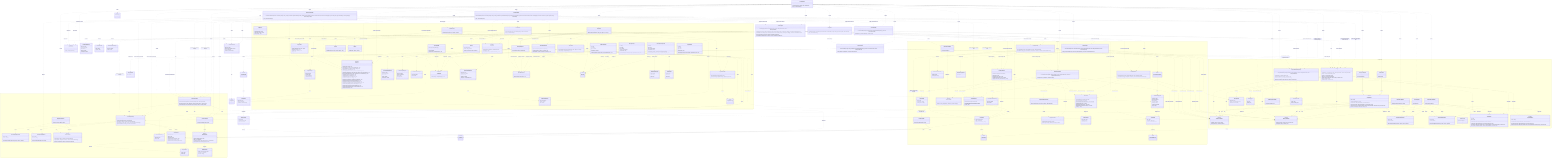
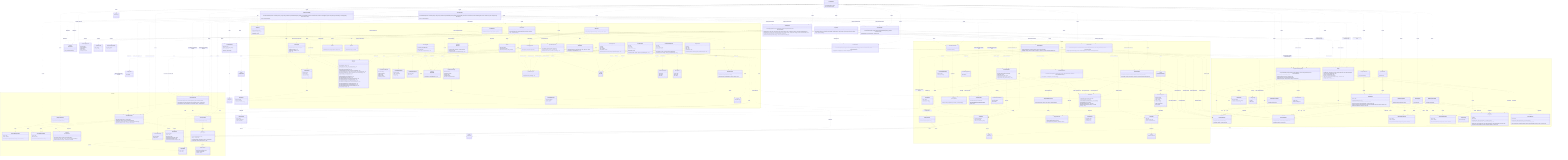
%% Authoritative, system-wide contract chart: every class and every relationship,
%% including the cross-domain interactions between modules.
%% For focused, per-domain views (intra-domain relationships only), see
%% docs/contracts/domains/ (one chart per domain + a README).
classDiagram
  direction TB

  class LicenseWizard {
-     +LicenseWizard(args: string[], sink?: IOutputSink)
+     +LicenseWizard(args: string[])
    +run() Promise~Answer[]~
  }

  class IWizardMode {
    <<interface>>
    +run() Promise~Answer[]~
  }

  class InteractiveMode {
    +InteractiveMode(licenses: LicenseRepository, config: Config, manifests: ProjectManifestRepository, installer: LicenseInstaller, generator: LicenseGenerator, headers: HeaderApplier, renderer: IRenderer, reporter: IReporter, flags: WizardFlags)
    +run() Promise~Answer[]~
  }

  class NonInteractiveMode {
    +NonInteractiveMode(licenses: LicenseRepository, config: Config, manifests: ProjectManifestRepository, installer: LicenseInstaller, generator: LicenseGenerator, headers: HeaderApplier, reporter: IReporter, flags: WizardFlags, saveTargetByFlag: Record~string, string~)
    +run() Promise~Answer[]~
  }

  class VerifyMode {
    +VerifyMode(verifier: LicenseVerifier, headerVerifier: HeaderVerifier, config: Config, reporter: IReporter, strict: boolean)
    +run() Promise~Answer[]~
  }

  class WizardFlags {
    <<type>>
  }

  class HeaderApplier {
    +HeaderApplier(licenses: LicenseRepository, reader: IFileSystemReader, writer: IFileSystemWriter)
    +apply(licenseId: string, style: HeaderStyle, tokens: Record~string, string~, extraIgnores: string[]) Promise~HeaderApplyReport~
    +preview(licenseId: string, style: HeaderStyle, tokens: Record~string, string~, extraIgnores: string[]) Promise~HeaderPreview | null~
    +remove(extraIgnores: string[]) Promise~HeaderRemovalReport~
    +previewRemoval(extraIgnores: string[]) Promise~HeaderRemovalReport~
  }

  class HeaderApplyReport {
    +licenseId: string
    +style: HeaderStyle
    +total: number
    +written: number
    +unchanged: number
  }

  class HeaderPreview {
    +files: string[]
    +sample: string
  }

  class HeaderRemovalReport {
    +removed: string[]
    +total: number
  }

  class LicenseInstaller {
    +LicenseInstaller(config: Config, manifests: ProjectManifestRepository, generator: LicenseGenerator)
    +install(selection: LicenseSelection) Promise~void~
  }

  class LicenseVerifier {
    +LicenseVerifier(config: Config, manifests: ProjectManifestRepository, generator: LicenseGenerator, reader: IFileSystemReader)
    +verify(options: VerifyOptions) Promise~VerifyOutcome~
  }

  class LicenseSelection {
    +licenseId: string
    +tokens: Record~string, string~
    +save: ConfigSave
    +headers?: HeaderConfig
  }

  class ConfigSave {
    <<union>>
  }

  class VerifyOptions {
    +fix: boolean
  }

  class VerifyOutcome {
    <<union>>
  }

  class VerifyReport {
    +licenseId: string
    +license: DriftStatus
    +manifests: ManifestCheck[]
  }

  class ManifestCheck {
    +name: string
    +declared: string | null
    +status: DriftStatus
  }

  class DriftStatus {
    <<union>>
  }

  namespace CLI {
    class FlagParser {
      +FlagParser(flags: object)
      +parse(args: string[]) object
      +formatHelp() string
    }

    class Orchestrator {
      +Orchestrator(repository: QuestionRepository, renderer: IRenderer)
      +run() Promise~Answer[]~
    }

    class IRenderer {
      <<interface>>
      +render(question: Question) Promise~Answer~
      +onCancel() string
      +complete(summary: CompletionSummary) void
    }

    class CompletionSummary {
      +licenseId: string
      +customized: boolean
      +savedTo: string
      +manifests: string[]
      +headers?: CompletionHeaders
    }

    class CompletionHeaders {
      +style: HeaderStyle
      +written: number
      +total: number
    }

    class ProgressBar {
      +ProgressBar(label: string, out?: object)
      +start(total: number) void
      +update(done: number) void
      +stop() void
    }

    class ClackRenderer {
      +ClackRenderer(meta: object, spinner: Spinner)
    }

    class IReporter {
      <<interface>>
      +usage(options: string) void
      +tokens(licenseId: string, slots: TemplateSlot[]) void
      +generated(licenseId: string, savedTo: string) void
      +dryRun(report: DryRunReport) void
      +missingFields(licenseId: string, missing: TemplateSlot[]) void
      +unknownFields(licenseId: string, unknown: string[], slots: TemplateSlot[]) void
      +licenseNotFound(licenseId: string, suggestions: LicenseIndexEntry[]) void
      +verifyMatch(report: VerifyReport) void
      +verifyFixed(report: VerifyReport) void
      +verifyMismatch(report: VerifyReport) void
      +headersNoFiles(licenseId: string) void
      +headersGenerated(report: HeaderGenerateReport) void
      +headersDryRun(report: HeaderDryRunReport) void
      +headersRemoved(report: HeaderRemoveReport) void
      +headersRemoveDryRun(report: HeaderRemoveReport) void
      +headersVerifyMatch(report: HeaderVerifyReport) void
      +headersVerifyFixed(report: HeaderVerifyReport) void
      +headersVerifyMismatch(report: HeaderVerifyReport) void
      +error(message: string) void
    }

    class HeaderGenerateReport {
      +licenseId: string
      +style: HeaderStyle
      +total: number
      +written: number
      +unchanged: number
    }

    class HeaderDryRunReport {
      +licenseId: string
      +style: HeaderStyle
      +files: string[]
      +sample: string
    }

    class HeaderRemoveReport {
      +removed: string[]
      +total: number
    }

    class DryRunReport {
      +licenseId: string
      +content: string
      +save: ConfigSave
      +manifests: string[]
    }

    class MessageReporter {
      +MessageReporter(sink: IOutputSink)
    }

    class CliReporter {
      +CliReporter(programName: string, out?: object, err?: object)
    }

    class IOutputSink {
      <<interface>>
      +emit(message: OutputMessage) void
    }

    class StreamSink {
      +StreamSink(presenter: ReportPresenter, out?: object, err?: object)
      +emit(message: OutputMessage) void
    }

    class RecordingSink {
      +RecordingSink()
      +emit(message: OutputMessage) void
      +messages: OutputMessage[]
    }

    class ReportPresenter {
      +ReportPresenter(programName: string)
      +present(message: OutputMessage, options: object) string
    }

    class OutputMessage {
      <<union>>
    }

    class Banner {
      +buildBanner(meta: object, options: object) string
    }

    class Spinner {
      +start(handle: object) Function
    }

    class QuestionRepository {
      +QuestionRepository(questions: Question[])
      +getByIndex(index: number) Question | null
      +insertAt(index: number, questions: Question[]) void
    }

    class QuestionLifecycle {
      +inject(questions: Question[]) void
    }

    class Question {
      <<union>>
    }

    class TextQuestion {
      +id: string
      +text: string
      +type: "text"
      +defaultValue: string
      +onAnswer(answer: Answer, lifecycle: QuestionLifecycle) void
    }

    class ConfirmQuestion {
      +id: string
      +text: string
      +type: "confirm"
      +defaultValue: boolean
      +onAnswer(answer: Answer, lifecycle: QuestionLifecycle) void
    }

    class AutocompleteQuestion {
      +id: string
      +text: string
      +type: "autocomplete"
      +defaultValue: string
      +search(query: string) Promise~AutocompleteOption[]~
      +onAnswer(answer: Answer, lifecycle: QuestionLifecycle) void
    }

    class AutocompleteOption {
      +value: string
      +label: string
      +hint: string
    }

    class SelectQuestion {
      +id: string
      +text: string
      +type: "select"
      +options: SelectOption[]
      +defaultValue: string
      +onAnswer(answer: Answer, lifecycle: QuestionLifecycle) void
    }

    class SelectOption {
      +value: string
      +label: string
      +hint: string
    }

    class Answer {
      +questionId: string
      +value: string | boolean
      +fields: Record~string, string | boolean~
    }
  }

  namespace Licensing {
    class LicenseRepository {
      +LicenseRepository(source: ILicenseSource)
      +search(query: string) Promise~LicenseIndexEntry[]~
      +suggest(query: string, limit: number) Promise~LicenseIndexEntry[]~
      +getLicense(licenseId: string) Promise~LicenseDetail~
    }

    class LicenseRepositoryError {
      +name: string
      +cause: unknown
      +LicenseRepositoryError(message: string, cause?: unknown)
    }

    class LicenseNotFoundError {
      +name: string
      +licenseId: string
      +LicenseNotFoundError(licenseId: string)
    }

    class ILicenseSource {
      <<interface>>
      +search(query: string) Promise~LicenseIndexEntry[]~
      +suggest(query: string, limit: number) Promise~LicenseIndexEntry[]~
      +fetchLicense(licenseId: string) Promise~LicenseDetail~
    }

    class SpdxLicenseSource {
      +SpdxLicenseSource(ttlMs: number)
    }

    class LicenseIndexEntry {
      +licenseId: string
      +name: string
    }

    class LicenseDetail {
      +licenseId: string
      +name: string
      +licenseText: string
      +standardLicenseTemplate?: string
      +standardLicenseHeader?: string
      +standardLicenseHeaderTemplate?: string
    }

    class SpdxTemplate {
      <<abstract>>
      +SpdxTemplate(template: string)
      +slots() TemplateSlot[]
      +resolveSlots(entries: Map~string, string~) SlotResolution
      +render(values: Record~string, string~) string
    }

    class LicenseTemplate {
      +LicenseTemplate(template: string)
    }

    class TemplateSlot {
      +token: string
      +label: string
    }

    class SlotResolution {
      +values: Record~string, string~
      +missing: TemplateSlot[]
      +unknown: string[]
    }

    class LicenseGenerator {
      +LicenseGenerator(repository: LicenseRepository, writer: IFileSystemWriter)
      +generate(licenseId: string, slotValues?: Record~string, string~) Promise~void~
      +render(licenseId: string, slotValues?: Record~string, string~) Promise~string~
    }
  }

  namespace Configuration {
    class IFileSystemReader {
      <<interface>>
      +read(path: string) Promise~string~
      +exists(path: string) Promise~boolean~
    }

    class IFileSystemWriter {
      <<interface>>
      +write(path: string, content: string) Promise~void~
      +delete(path: string) Promise~void~
    }

    class NodeFileSystemReader {
      +NodeFileSystemReader()
    }

    class NodeFileSystemWriter {
      +NodeFileSystemWriter()
    }

    class FileSystemReaderError {
      +name: string
      +cause: unknown
      +FileSystemReaderError(message: string, cause?: unknown)
    }

    class FileSystemWriterError {
      +name: string
      +cause: unknown
      +FileSystemWriterError(message: string, cause?: unknown)
    }

    class WizardConfig {
      +licenseId: string
      +tokens?: Record~string, string~
      +headers?: HeaderConfig
    }

    class HeaderConfig {
      +style: HeaderStyle
    }

    class ConfigTarget {
      +id: string
      +label: string
    }

    class IConfigStore {
      <<interface>>
      +id: string
      +label: string
      +available(reader: IFileSystemReader) Promise~boolean~
      +read(reader: IFileSystemReader) Promise~WizardConfig | null~
      +write(reader: IFileSystemReader, writer: IFileSystemWriter, config: WizardConfig) Promise~void~
      +clear(reader: IFileSystemReader, writer: IFileSystemWriter) Promise~void~
    }

    class RcConfigStore {
      +RcConfigStore()
    }

    class ManifestConfigStore {
      +ManifestConfigStore(fileName: string)
    }

    class Config {
      +Config(stores: IConfigStore[], reader: IFileSystemReader, writer: IFileSystemWriter)
      +read() Promise~WizardConfig | null~
      +source() Promise~string | null~
      +targets() Promise~ConfigTarget[]~
      +write(config: WizardConfig, targetId: string) Promise~void~
      +clear() Promise~void~
      +clearHeaders() Promise~void~
    }

    class IProjectManifest {
      <<interface>>
      +name: string
      +exists(reader: IFileSystemReader) Promise~boolean~
      +readLicense(reader: IFileSystemReader) Promise~string | null~
      +writeLicense(reader: IFileSystemReader, writer: IFileSystemWriter, licenseId: string) Promise~void~
    }

    class JsonManifest {
      <<abstract>>
      +JsonManifest(fileName: string)
      +name: string
      +exists(reader: IFileSystemReader) Promise~boolean~
      +readLicense(reader: IFileSystemReader) Promise~string | null~
      +writeLicense(reader: IFileSystemReader, writer: IFileSystemWriter, licenseId: string) Promise~void~
      #extractLicenseId(value: unknown)* string | null
    }

    class NpmManifest {
      +NpmManifest()
    }

    class ComposerManifest {
      +ComposerManifest()
    }

    class ProjectManifestRepository {
      +ProjectManifestRepository(manifests: IProjectManifest[], reader: IFileSystemReader, writer: IFileSystemWriter)
      +readLicense() Promise~string | null~
      +writeLicense(licenseId: string) Promise~void~
      +declaredLicenses() Promise~ManifestLicense[]~
      +writeLicenseTo(name: string, licenseId: string) Promise~void~
    }

    class ManifestLicense {
      +name: string
      +licenseId: string | null
    }
  }

  namespace Headers {
    class HeaderPlan {
      +detail: LicenseDetail
      +style: HeaderStyle
      +tokens: Record~string, string~
    }

    class HeaderStyle {
      <<union>>
    }

    class HeaderRenderer {
      +HeaderRenderer(plan: HeaderPlan)
      +supportsFull(detail: LicenseDetail)$ boolean
      +body() string
    }

    class HeaderTemplate {
      +HeaderTemplate(template: string)
    }

    class HeaderComposer {
      +HeaderComposer(plan: HeaderPlan)
      +fingerprint() string
      +block(extension: string) string
      +hasManaged(content: string) boolean
      +apply(content: string, filePath: string) string
    }

    class SourceFileScanner {
      +SourceFileScanner(walker: IFileTreeWalker, reader: IFileSystemReader, matchers?: GitignoreMatcherFactory)
      +scan(options?: ScanOptions) Promise~string[]~
    }

    class ScanOptions {
      +root?: string
      +extensions?: string[]
      +extraIgnores?: string[]
    }

    class GitignoreMatcher {
      +GitignoreMatcher(patterns: string[])
      +ignores(path: string, isDirectory: boolean) boolean
    }

    class GitignoreMatcherFactory {
      +fromContent(content: string, extra?: string[]) GitignoreMatcher
    }

    class IFileTreeWalker {
      <<interface>>
      +walk(root: string, skipDirectory: Function) Promise~string[]~
    }

    class NodeFileTreeWalker {
      +NodeFileTreeWalker()
    }

    class HeaderInstaller {
      +HeaderInstaller(reader: IFileSystemReader, writer: IFileSystemWriter)
      +install(files: string[], plan: HeaderPlan, onProgress?: Function) Promise~HeaderInstallSummary~
    }

    class HeaderInstallSummary {
      +written: string[]
      +unchanged: string[]
    }

    class SourceFile {
      +SourceFile(content: string, path: string)
      +extensionOf(path: string)$ string
      +commentStyleFor(extension: string)$ CommentStyle
      +hasManagedHeader() boolean
      +withoutManagedHeaders() SourceFile
      +withManagedHeader(block: string) SourceFile
      +toString() string
    }

    class CommentStyle {
      +blockStart: string
      +linePrefix: string
      +blockEnd: string
    }

    class HeaderRemover {
      +HeaderRemover(reader: IFileSystemReader, writer: IFileSystemWriter)
      +remove(files: string[], onProgress?: Function) Promise~HeaderRemoveSummary~
    }

    class HeaderRemoveSummary {
      +removed: string[]
      +total: number
    }

    class HeaderVerifier {
      +HeaderVerifier(scanner: SourceFileScanner, reader: IFileSystemReader, writer: IFileSystemWriter, licenses: LicenseRepository)
      +verify(config: WizardConfig, options: HeaderVerifyOptions) Promise~HeaderVerifyOutcome~
    }

    class HeaderVerifyOptions {
      +fix: boolean
    }

    class HeaderVerifyOutcome {
      <<union>>
    }

    class HeaderVerifyReport {
      +licenseId: string
      +style: HeaderStyle
      +total: number
      +matched: string[]
      +missing: string[]
      +drifted: HeaderDrift[]
      +fixed: string[]
    }

    class HeaderDrift {
      +file: string
      +declares: object | null
      +reason: HeaderDriftReason
    }

    class HeaderDriftReason {
      <<union>>
    }
  }

  TextQuestion ..|> Question : member of
  ConfirmQuestion ..|> Question : member of
  AutocompleteQuestion ..|> Question : member of
  SelectQuestion ..|> Question : member of
  TextQuestion ..> QuestionLifecycle : onAnswer receives
  ConfirmQuestion ..> QuestionLifecycle : onAnswer receives
  AutocompleteQuestion ..> QuestionLifecycle : onAnswer receives
  SelectQuestion ..> QuestionLifecycle : onAnswer receives
  SelectQuestion ..> SelectOption : offers
  Orchestrator ..> QuestionLifecycle : creates
  ClackRenderer ..|> IRenderer : implements
  ClackRenderer ..> Spinner : uses
  ClackRenderer ..> Banner : renders
  IRenderer ..> CompletionSummary : renders
  ClackRenderer ..> CompletionSummary : renders
  MessageReporter ..|> IReporter : implements
  CliReporter --|> MessageReporter : terminal wiring
  MessageReporter ..> IOutputSink : emits to
  MessageReporter ..> OutputMessage : builds
  StreamSink ..|> IOutputSink : implements
  RecordingSink ..|> IOutputSink : implements
  StreamSink ..> ReportPresenter : renders with
  ReportPresenter ..> OutputMessage : renders
  CliReporter ..> StreamSink : wires
  CliReporter ..> ReportPresenter : wires
  MessageReporter ..> TemplateSlot : reads
  MessageReporter ..> VerifyReport : reads
  MessageReporter ..> DryRunReport : reads
  %% Composition root: LicenseWizard parses flags, builds the shared graph, and
  %% delegates each run to one of the three modes through IWizardMode.
  LicenseWizard ..> FlagParser : uses
  LicenseWizard ..> WizardFlags : parses
  LicenseWizard ..> CliReporter : creates
-   LicenseWizard ..> IOutputSink : reports through (injectable)
  LicenseWizard ..> IReporter : reports usage through
  LicenseWizard ..> ClackRenderer : creates
  LicenseWizard ..> SpdxLicenseSource : creates
  LicenseWizard ..> LicenseRepository : creates
  LicenseWizard ..> LicenseGenerator : creates
  LicenseWizard ..> LicenseInstaller : creates
  LicenseWizard ..> HeaderApplier : creates
  LicenseWizard ..> LicenseVerifier : creates
  LicenseWizard ..> IWizardMode : delegates the run to
  LicenseWizard ..> InteractiveMode : creates
  LicenseWizard ..> NonInteractiveMode : creates
  LicenseWizard ..> VerifyMode : creates
  InteractiveMode ..|> IWizardMode : implements
  NonInteractiveMode ..|> IWizardMode : implements
  VerifyMode ..|> IWizardMode : implements

  %% Interactive mode: the prompt-driven setup flow.
  InteractiveMode ..> ClackRenderer : renders through
  InteractiveMode ..> IRenderer : reports completion through
  InteractiveMode ..> Orchestrator : creates
  InteractiveMode ..> QuestionRepository : creates
  InteractiveMode ..> LicenseRepository : searches and resolves with
  InteractiveMode ..> LicenseTemplate : creates
  InteractiveMode ..> HeaderRenderer : checks full-header support with
  InteractiveMode ..> LicenseInstaller : applies selection through
  InteractiveMode ..> HeaderApplier : applies headers through
  InteractiveMode ..> LicenseGenerator : renders dry-run preview through
  InteractiveMode ..> Config : reads config and targets from
  InteractiveMode ..> ProjectManifestRepository : reads and reports manifests through
  InteractiveMode ..> IReporter : reports dry-run through
  InteractiveMode ..> LicenseSelection : builds
  InteractiveMode ..> DryRunReport : builds

  %% Non-interactive mode: flag-driven generation, apply-config, and removal.
  NonInteractiveMode ..> LicenseRepository : resolves and suggests with
  NonInteractiveMode ..> LicenseTemplate : creates
  NonInteractiveMode ..> HeaderRenderer : checks full-header support with
  NonInteractiveMode ..> LicenseInstaller : applies selection through
  NonInteractiveMode ..> HeaderApplier : applies headers through
  NonInteractiveMode ..> LicenseGenerator : renders dry-run preview through
  NonInteractiveMode ..> Config : reads config and clears headers through
  NonInteractiveMode ..> ProjectManifestRepository : reports manifests through
  NonInteractiveMode ..> IReporter : reports through
  NonInteractiveMode ..> LicenseSelection : builds
  NonInteractiveMode ..> DryRunReport : builds
  NonInteractiveMode ..> LicenseNotFoundError : handles

  %% Verify mode: LICENSE/manifest and source-header verification.
  VerifyMode ..> LicenseVerifier : verifies through
  VerifyMode ..> HeaderVerifier : verifies headers through
  VerifyMode ..> Config : reads config from
  VerifyMode ..> IReporter : reports through

  LicenseInstaller ..> Config : uses
  LicenseInstaller ..> ProjectManifestRepository : writes selection to
  LicenseInstaller ..> LicenseGenerator : uses
  LicenseInstaller ..> LicenseSelection : applies
  LicenseVerifier ..> Config : reads config from
  LicenseVerifier ..> ProjectManifestRepository : checks and reconciles manifests through
  LicenseVerifier ..> LicenseGenerator : re-renders and rewrites with
  LicenseVerifier ..> IFileSystemReader : reads LICENSE through
  LicenseVerifier ..> VerifyOptions : configured by
  LicenseVerifier ..> VerifyOutcome : returns
  VerifyOutcome ..> VerifyReport : carries
  VerifyReport ..> ManifestCheck : aggregates
  VerifyReport ..> DriftStatus : statuses by
  ManifestCheck ..> DriftStatus : status by
  ProjectManifestRepository ..> ManifestLicense : produces
  LicenseSelection ..> ConfigSave : has
  DryRunReport ..> ConfigSave : carries
  Orchestrator ..> QuestionRepository : gets questions from
  Orchestrator ..> IRenderer : feeds questions to
  ClackRenderer ..> Question : renders
  QuestionRepository ..> Question : produces
  AutocompleteQuestion ..> AutocompleteOption : search produces
  Orchestrator ..> Answer : collects
  SpdxLicenseSource ..|> ILicenseSource : implements
  LicenseRepository ..> ILicenseSource : uses
  LicenseRepository ..> LicenseIndexEntry : produces
  LicenseRepository ..> LicenseDetail : produces
  LicenseRepository ..> LicenseRepositoryError : throws
  LicenseRepository ..> LicenseNotFoundError : throws
  SpdxLicenseSource ..> LicenseNotFoundError : throws
  MessageReporter ..> LicenseIndexEntry : reads
  LicenseGenerator ..> LicenseRepository : uses
  LicenseGenerator ..> IFileSystemWriter : uses
  LicenseGenerator ..> LicenseTemplate : uses
  LicenseTemplate --|> SpdxTemplate : extends
  HeaderTemplate --|> SpdxTemplate : extends
  SpdxTemplate ..> TemplateSlot : produces
  SpdxTemplate ..> SlotResolution : produces
  NodeFileSystemReader ..|> IFileSystemReader : implements
  NodeFileSystemWriter ..|> IFileSystemWriter : implements
  NodeFileSystemReader ..> FileSystemReaderError : throws
  NodeFileSystemWriter ..> FileSystemWriterError : throws
  Config ..> IConfigStore : coordinates
  Config ..> IFileSystemReader : uses
  Config ..> IFileSystemWriter : uses
  Config ..> WizardConfig : produces
  Config ..> ConfigTarget : produces
  Config ..> FileSystemWriterError : throws
  RcConfigStore ..|> IConfigStore : implements
  ManifestConfigStore ..|> IConfigStore : implements
  RcConfigStore ..> IFileSystemReader : uses
  RcConfigStore ..> IFileSystemWriter : uses
  RcConfigStore ..> FileSystemReaderError : throws
  RcConfigStore ..> FileSystemWriterError : throws
  ManifestConfigStore ..> IFileSystemReader : uses
  ManifestConfigStore ..> IFileSystemWriter : uses
  ManifestConfigStore ..> FileSystemReaderError : throws
  ManifestConfigStore ..> FileSystemWriterError : throws
  JsonManifest ..|> IProjectManifest : implements
  NpmManifest --|> JsonManifest : extends
  ComposerManifest --|> JsonManifest : extends
  JsonManifest ..> IFileSystemReader : uses
  JsonManifest ..> IFileSystemWriter : uses
  JsonManifest ..> FileSystemReaderError : throws
  JsonManifest ..> FileSystemWriterError : throws
  ProjectManifestRepository ..> IProjectManifest : coordinates
  ProjectManifestRepository ..> IFileSystemReader : uses
  ProjectManifestRepository ..> IFileSystemWriter : uses
  LicenseWizard ..> NodeFileSystemReader : creates
  LicenseWizard ..> NodeFileSystemWriter : creates
  LicenseWizard ..> Config : creates
  LicenseWizard ..> RcConfigStore : creates
  LicenseWizard ..> ManifestConfigStore : creates
  LicenseWizard ..> NpmManifest : creates
  LicenseWizard ..> ComposerManifest : creates
  LicenseWizard ..> ProjectManifestRepository : creates
  LicenseWizard ..> HeaderVerifier : creates
  LicenseWizard ..> SourceFileScanner : creates
  LicenseWizard ..> NodeFileTreeWalker : creates
  %% HeaderApplier owns the source-file header surface for both write modes.
  HeaderApplier ..> SourceFileScanner : creates
  HeaderApplier ..> NodeFileTreeWalker : creates
  HeaderApplier ..> HeaderInstaller : creates
  HeaderApplier ..> HeaderInstaller : writes headers through
  HeaderApplier ..> HeaderRemover : creates
  HeaderApplier ..> HeaderRemover : removes headers through
  HeaderApplier ..> SourceFile : previews removal with
  HeaderApplier ..> HeaderComposer : previews header block with
  HeaderApplier ..> ProgressBar : drives header progress with
  HeaderApplier ..> HeaderPlan : builds
  HeaderApplier ..> LicenseRepository : fetches header detail through
  HeaderApplier ..> HeaderApplyReport : produces
  HeaderApplier ..> HeaderPreview : produces
  HeaderApplier ..> HeaderRemovalReport : produces
  MessageReporter ..> HeaderGenerateReport : reads
  MessageReporter ..> HeaderDryRunReport : reads
  MessageReporter ..> HeaderRemoveReport : reads
  MessageReporter ..> HeaderVerifyReport : reads
  MessageReporter ..> HeaderDrift : reduces drift from
  HeaderConfig ..> HeaderStyle : style by
  HeaderPlan ..> LicenseDetail : carries
  HeaderPlan ..> HeaderStyle : styled by
  HeaderRenderer ..> HeaderPlan : renders
  HeaderRenderer ..> HeaderTemplate : substitutes header template with
  HeaderComposer ..> HeaderPlan : composes
  HeaderComposer ..> HeaderRenderer : renders body with
  HeaderInstaller ..> HeaderComposer : applies header with
  HeaderInstaller ..> HeaderPlan : applies
  HeaderInstaller ..> IFileSystemReader : reads files through
  HeaderInstaller ..> IFileSystemWriter : writes files through
  HeaderInstaller ..> HeaderInstallSummary : produces
  HeaderRemover ..> SourceFile : strips header through
  HeaderRemover ..> IFileSystemReader : reads files through
  HeaderRemover ..> IFileSystemWriter : writes files through
  HeaderRemover ..> HeaderRemoveSummary : produces
  HeaderComposer ..> SourceFile : places header through
  SourceFile ..> CommentStyle : wraps with
  SourceFileScanner ..> SourceFile : derives extension with
  HeaderVerifier ..> SourceFileScanner : rediscovers files through
  HeaderVerifier ..> HeaderComposer : compares against
  HeaderVerifier ..> LicenseRepository : fetches header detail through
  HeaderVerifier ..> IFileSystemReader : reads files through
  HeaderVerifier ..> IFileSystemWriter : rewrites files through
  HeaderVerifier ..> WizardConfig : verifies against
  HeaderVerifier ..> HeaderVerifyOptions : configured by
  HeaderVerifier ..> HeaderVerifyOutcome : returns
  HeaderVerifyOutcome ..> HeaderVerifyReport : carries
  HeaderVerifyReport ..> HeaderDrift : details drift by
  HeaderDrift ..> HeaderDriftReason : explained by
  HeaderVerifier ..> HeaderDrift : classifies drift into
  SourceFileScanner ..> IFileTreeWalker : walks with
  SourceFileScanner ..> IFileSystemReader : reads .gitignore through
  SourceFileScanner ..> GitignoreMatcherFactory : builds matchers with
  SourceFileScanner ..> GitignoreMatcher : filters with
  SourceFileScanner ..> ScanOptions : configured by
  GitignoreMatcherFactory ..> GitignoreMatcher : creates
  NodeFileTreeWalker ..|> IFileTreeWalker : implements
  ClackRenderer ..> CompletionHeaders : renders
  CompletionSummary ..> CompletionHeaders : carries
